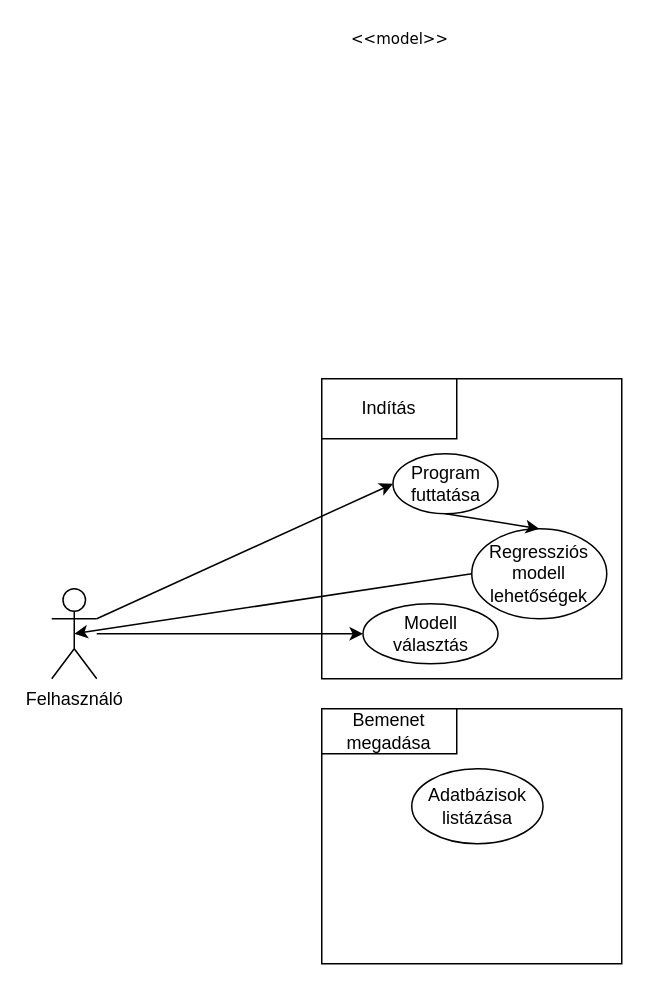
Before: Untitled Diagram.drawio in HabanAndras/Gepi-latas, a draw.io diagram. Source tidied: cells renumbered, new cells numbered last; positions are measured from the earlier drawing's top-left corner, leaving out a move shared by most shapes. Both pictures are drawn from the tidied source at 150%, with x=0, y=0 at pixel (51, 24).
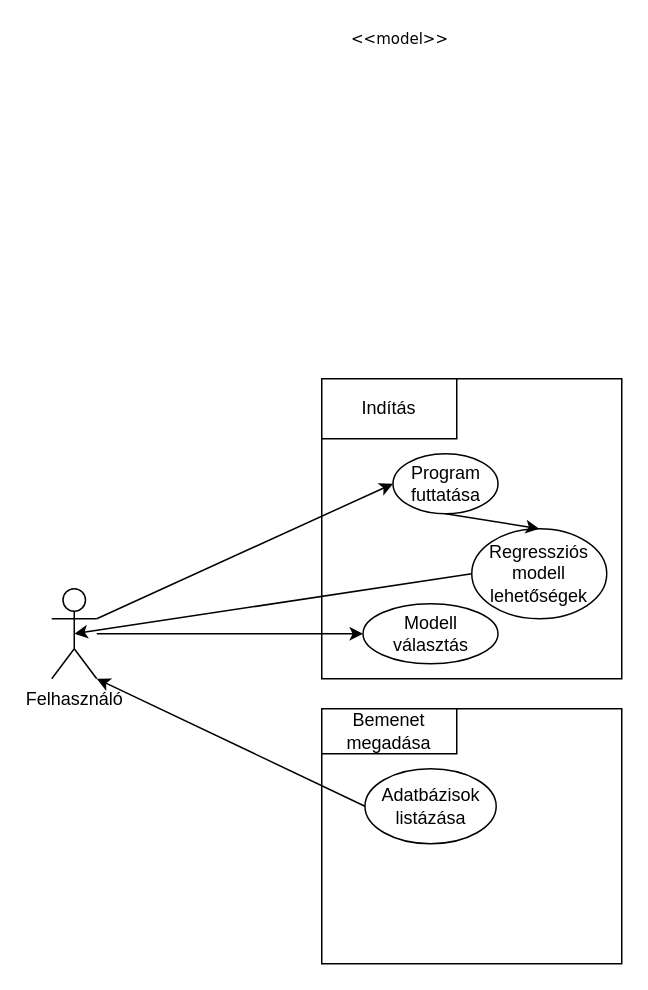
Above is the later version.

Diff of the diagram source:
```diff
@@
 <mxGraphModel background="#ffffff">
   <root>
     <mxCell id="0" />
     <mxCell id="1" parent="0" />
     <mxCell id="2" value="&amp;lt;&amp;lt;model&amp;gt;&amp;gt;" style="text;html=1;align=left;verticalAlign=top;spacingTop=-4;fontSize=10;fontFamily=Verdana;" parent="1" vertex="1">
       <mxGeometry x="197.5" y="0.5" width="130" height="20" as="geometry" />
     </mxCell>
     <mxCell id="3" value="Felhasználó" style="shape=umlActor;verticalLabelPosition=bottom;verticalAlign=top;html=1;outlineConnect=0;" parent="1" vertex="1">
       <mxGeometry y="376" width="30" height="60" as="geometry" />
     </mxCell>
     <mxCell id="4" style="whiteSpace=wrap;html=1;" parent="1" vertex="1">
       <mxGeometry x="180" y="236" width="200" height="200" as="geometry" />
     </mxCell>
     <mxCell id="5" value="Indítás" style="rounded=0;whiteSpace=wrap;html=1;" parent="1" vertex="1">
       <mxGeometry x="180" y="236" width="90" height="40" as="geometry" />
     </mxCell>
     <mxCell id="6" value="Program futtatása" style="ellipse;whiteSpace=wrap;html=1;" parent="1" vertex="1">
       <mxGeometry x="227.5" y="286" width="70" height="40" as="geometry" />
     </mxCell>
     <mxCell id="7" style="endArrow=classic;html=1;entryX=0;entryY=0.5;entryDx=0;entryDy=0;exitX=1;exitY=0.3333333333333333;exitDx=0;exitDy=0;exitPerimeter=0;" parent="1" edge="1" source="3" target="6">
       <mxGeometry relative="1" as="geometry" />
     </mxCell>
     <mxCell id="8" value="Regressziós modell lehetőségek" style="ellipse;whiteSpace=wrap;html=1;" parent="1" vertex="1">
       <mxGeometry x="280" y="336" width="90" height="60" as="geometry" />
     </mxCell>
     <mxCell id="9" style="endArrow=classic;html=1;exitX=0.5;exitY=1;exitDx=0;exitDy=0;entryX=0.5;entryY=0;entryDx=0;entryDy=0;" parent="1" edge="1" source="6" target="8">
       <mxGeometry relative="1" as="geometry" />
     </mxCell>
     <mxCell id="10" style="endArrow=classic;html=1;exitX=0;exitY=0.5;exitDx=0;exitDy=0;entryX=0.5;entryY=0.5;entryDx=0;entryDy=0;entryPerimeter=0;" parent="1" edge="1" source="8" target="3">
       <mxGeometry relative="1" as="geometry" />
     </mxCell>
     <mxCell id="11" value="Modell választás" style="ellipse;whiteSpace=wrap;html=1;" parent="1" vertex="1">
       <mxGeometry x="207.5" y="386" width="90" height="40" as="geometry" />
     </mxCell>
     <mxCell id="12" style="endArrow=classic;html=1;entryX=0;entryY=0.5;entryDx=0;entryDy=0;" parent="1" edge="1" source="3" target="11">
       <mxGeometry relative="1" as="geometry" />
     </mxCell>
     <mxCell id="13" style="rounded=0;whiteSpace=wrap;html=1;" parent="1" vertex="1">
       <mxGeometry x="180" y="456" width="200" height="170" as="geometry" />
     </mxCell>
     <mxCell id="14" value="Bemenet megadása" style="rounded=0;whiteSpace=wrap;html=1;" parent="1" vertex="1">
       <mxGeometry x="180" y="456" width="90" height="30" as="geometry" />
     </mxCell>
     <mxCell id="15" value="Adatbázisok listázása" style="ellipse;whiteSpace=wrap;html=1;" parent="1" vertex="1">
-      <mxGeometry x="240" y="496" width="87.5" height="50" as="geometry" />
+      <mxGeometry x="208.8" y="496" width="87.5" height="50" as="geometry" />
     </mxCell>
+    <mxCell id="16" style="endArrow=classic;html=1;exitX=0;exitY=0.5;exitDx=0;exitDy=0;entryX=1;entryY=1;entryDx=0;entryDy=0;entryPerimeter=0;" parent="1" edge="1" source="15" target="3">
+      <mxGeometry relative="1" as="geometry" />
+    </mxCell>
   </root>
 </mxGraphModel>
```
